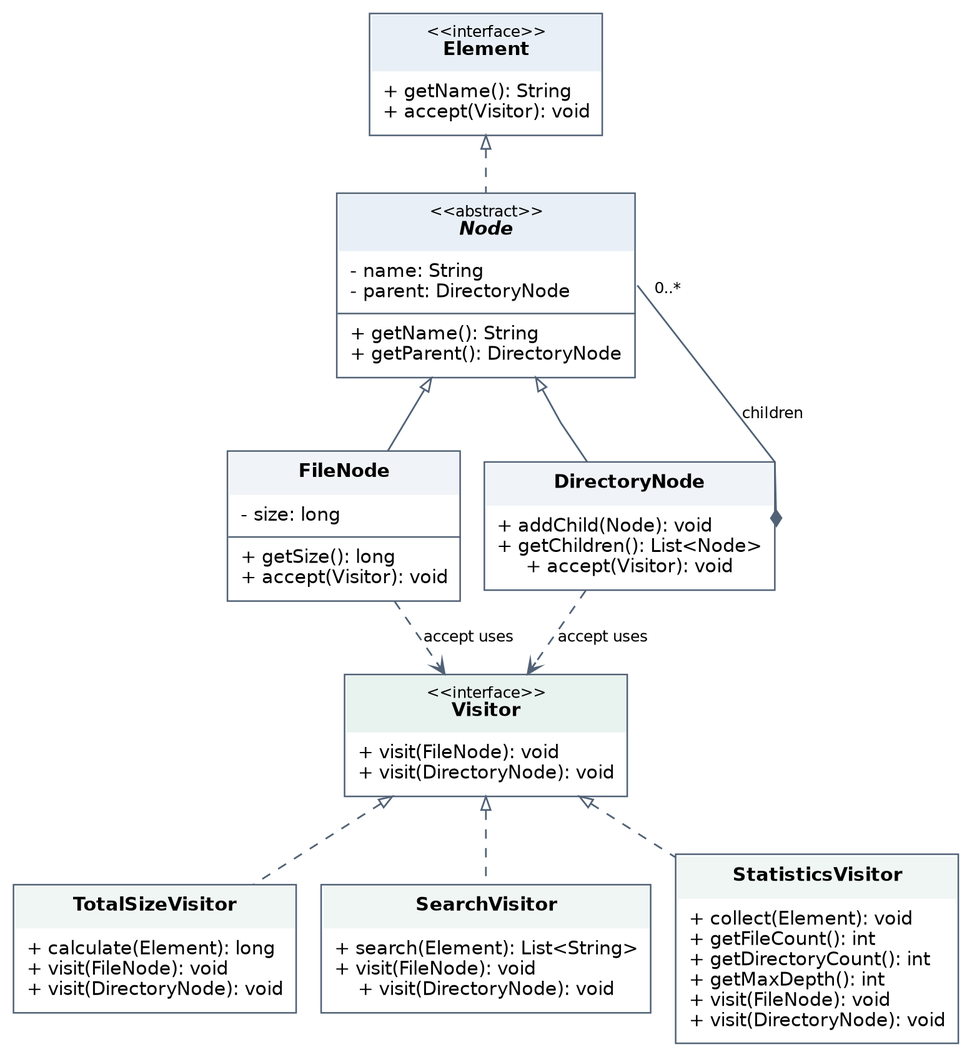
Above: docs/visitor-uml.png in zzhassyn/sdp-assignment-6 (Graphviz), before the change. Its source is kept beside it as docs/visitor-uml.dot.
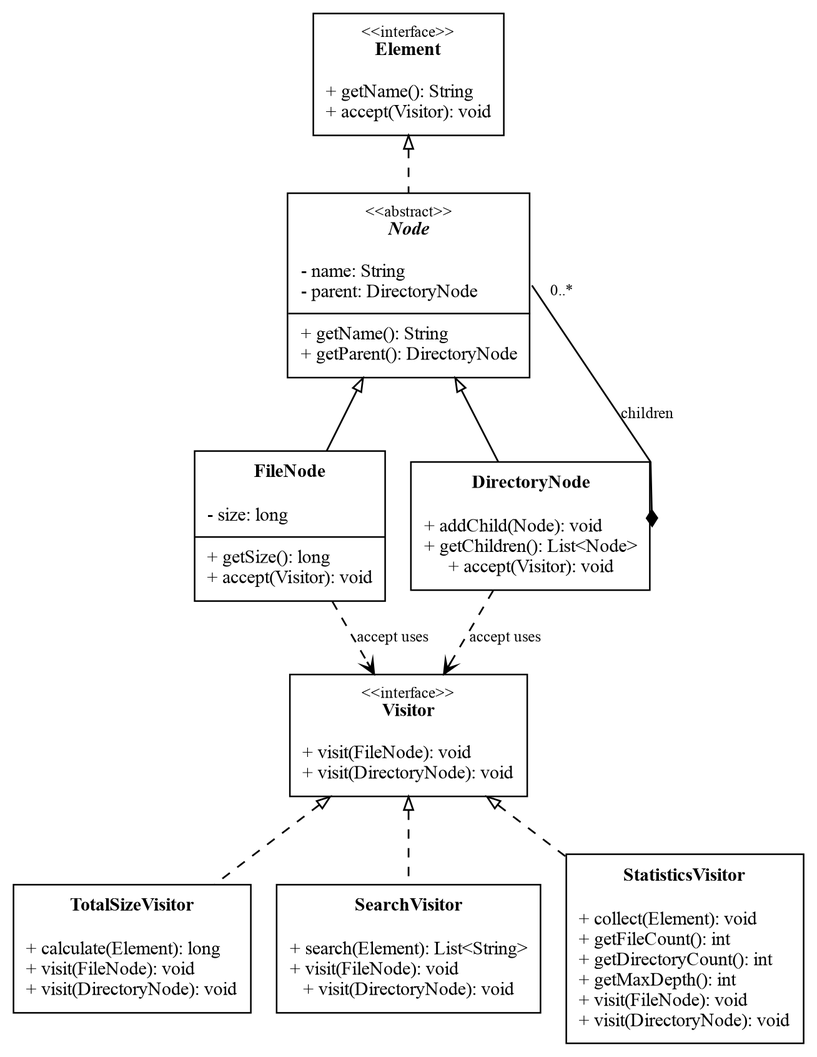
After the commit.

Commit message:
Format report in Times New Roman with black text and standard margins

Change to the diagram source:
```diff
@@ -7,21 +7,21 @@
         ranksep=0.48,
         splines=polyline,
         outputorder=edgesfirst,
-        fontname="DejaVu Sans"
+        fontname="Times New Roman,"
     ];
-    node [shape=plain, fontname="DejaVu Sans", fontsize=12];
-    edge [fontname="DejaVu Sans", fontsize=10, color="#516276", penwidth=1.1, arrowsize=0.85];
+    node [shape=plain, fontname="Times New Roman,", fontsize=12];
+    edge [fontname="Times New Roman,", fontsize=10, color="#000000", penwidth=1.1, arrowsize=0.85];
 
     Element [label=<
-        <TABLE BORDER="1" CELLBORDER="0" CELLSPACING="0" CELLPADDING="7" COLOR="#516276">
-            <TR><TD BGCOLOR="#E8EFF6"><FONT POINT-SIZE="10">&lt;&lt;interface&gt;&gt;</FONT><BR/><B>Element</B></TD></TR>
+        <TABLE BORDER="1" CELLBORDER="0" CELLSPACING="0" CELLPADDING="7" COLOR="#000000">
+            <TR><TD BGCOLOR="white"><FONT POINT-SIZE="10">&lt;&lt;interface&gt;&gt;</FONT><BR/><B>Element</B></TD></TR>
             <TR><TD ALIGN="LEFT">+ getName(): String<BR ALIGN="LEFT"/>+ accept(Visitor): void</TD></TR>
         </TABLE>
     >];
 
     "Node" [label=<
-        <TABLE BORDER="1" CELLBORDER="0" CELLSPACING="0" CELLPADDING="7" COLOR="#516276">
-            <TR><TD BGCOLOR="#E8EFF6"><FONT POINT-SIZE="10">&lt;&lt;abstract&gt;&gt;</FONT><BR/><B><I>Node</I></B></TD></TR>
+        <TABLE BORDER="1" CELLBORDER="0" CELLSPACING="0" CELLPADDING="7" COLOR="#000000">
+            <TR><TD BGCOLOR="white"><FONT POINT-SIZE="10">&lt;&lt;abstract&gt;&gt;</FONT><BR/><B><I>Node</I></B></TD></TR>
             <TR><TD ALIGN="LEFT">- name: String<BR ALIGN="LEFT"/>- parent: DirectoryNode</TD></TR>
             <HR/>
             <TR><TD ALIGN="LEFT">+ getName(): String<BR ALIGN="LEFT"/>+ getParent(): DirectoryNode</TD></TR>
@@ -29,8 +29,8 @@
     >];
 
     FileNode [label=<
-        <TABLE BORDER="1" CELLBORDER="0" CELLSPACING="0" CELLPADDING="7" COLOR="#516276">
-            <TR><TD BGCOLOR="#F0F4F8"><B>FileNode</B></TD></TR>
+        <TABLE BORDER="1" CELLBORDER="0" CELLSPACING="0" CELLPADDING="7" COLOR="#000000">
+            <TR><TD BGCOLOR="white"><B>FileNode</B></TD></TR>
             <TR><TD ALIGN="LEFT">- size: long</TD></TR>
             <HR/>
             <TR><TD ALIGN="LEFT">+ getSize(): long<BR ALIGN="LEFT"/>+ accept(Visitor): void</TD></TR>
@@ -38,36 +38,36 @@
     >];
 
     DirectoryNode [label=<
-        <TABLE BORDER="1" CELLBORDER="0" CELLSPACING="0" CELLPADDING="7" COLOR="#516276">
-            <TR><TD BGCOLOR="#F0F4F8"><B>DirectoryNode</B></TD></TR>
+        <TABLE BORDER="1" CELLBORDER="0" CELLSPACING="0" CELLPADDING="7" COLOR="#000000">
+            <TR><TD BGCOLOR="white"><B>DirectoryNode</B></TD></TR>
             <TR><TD ALIGN="LEFT">+ addChild(Node): void<BR ALIGN="LEFT"/>+ getChildren(): List&lt;Node&gt;<BR ALIGN="LEFT"/>+ accept(Visitor): void</TD></TR>
         </TABLE>
     >];
 
     Visitor [label=<
-        <TABLE BORDER="1" CELLBORDER="0" CELLSPACING="0" CELLPADDING="7" COLOR="#516276">
-            <TR><TD BGCOLOR="#E8F2EE"><FONT POINT-SIZE="10">&lt;&lt;interface&gt;&gt;</FONT><BR/><B>Visitor</B></TD></TR>
+        <TABLE BORDER="1" CELLBORDER="0" CELLSPACING="0" CELLPADDING="7" COLOR="#000000">
+            <TR><TD BGCOLOR="white"><FONT POINT-SIZE="10">&lt;&lt;interface&gt;&gt;</FONT><BR/><B>Visitor</B></TD></TR>
             <TR><TD ALIGN="LEFT">+ visit(FileNode): void<BR ALIGN="LEFT"/>+ visit(DirectoryNode): void</TD></TR>
         </TABLE>
     >];
 
     TotalSizeVisitor [label=<
-        <TABLE BORDER="1" CELLBORDER="0" CELLSPACING="0" CELLPADDING="7" COLOR="#516276">
-            <TR><TD BGCOLOR="#F0F6F3"><B>TotalSizeVisitor</B></TD></TR>
+        <TABLE BORDER="1" CELLBORDER="0" CELLSPACING="0" CELLPADDING="7" COLOR="#000000">
+            <TR><TD BGCOLOR="white"><B>TotalSizeVisitor</B></TD></TR>
             <TR><TD ALIGN="LEFT">+ calculate(Element): long<BR ALIGN="LEFT"/>+ visit(FileNode): void<BR ALIGN="LEFT"/>+ visit(DirectoryNode): void</TD></TR>
         </TABLE>
     >];
 
     SearchVisitor [label=<
-        <TABLE BORDER="1" CELLBORDER="0" CELLSPACING="0" CELLPADDING="7" COLOR="#516276">
-            <TR><TD BGCOLOR="#F0F6F3"><B>SearchVisitor</B></TD></TR>
+        <TABLE BORDER="1" CELLBORDER="0" CELLSPACING="0" CELLPADDING="7" COLOR="#000000">
+            <TR><TD BGCOLOR="white"><B>SearchVisitor</B></TD></TR>
             <TR><TD ALIGN="LEFT">+ search(Element): List&lt;String&gt;<BR ALIGN="LEFT"/>+ visit(FileNode): void<BR ALIGN="LEFT"/>+ visit(DirectoryNode): void</TD></TR>
         </TABLE>
     >];
 
     StatisticsVisitor [label=<
-        <TABLE BORDER="1" CELLBORDER="0" CELLSPACING="0" CELLPADDING="7" COLOR="#516276">
-            <TR><TD BGCOLOR="#F0F6F3"><B>StatisticsVisitor</B></TD></TR>
+        <TABLE BORDER="1" CELLBORDER="0" CELLSPACING="0" CELLPADDING="7" COLOR="#000000">
+            <TR><TD BGCOLOR="white"><B>StatisticsVisitor</B></TD></TR>
             <TR><TD ALIGN="LEFT">+ collect(Element): void<BR ALIGN="LEFT"/>+ getFileCount(): int<BR ALIGN="LEFT"/>+ getDirectoryCount(): int<BR ALIGN="LEFT"/>+ getMaxDepth(): int<BR ALIGN="LEFT"/>+ visit(FileNode): void<BR ALIGN="LEFT"/>+ visit(DirectoryNode): void</TD></TR>
         </TABLE>
     >];
```
